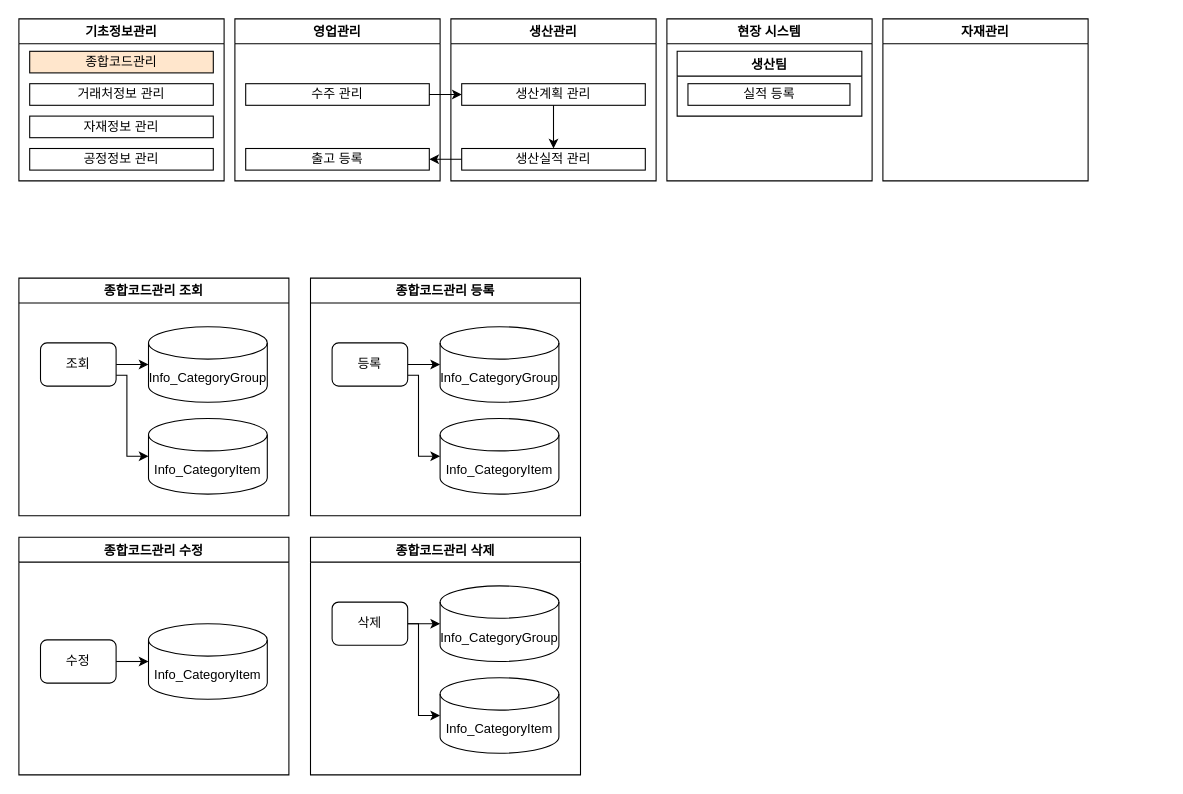
Above: page "종합코드관리" (1 of 9) of 00. 설계/모듈 설계.drawio in QYnote/MES (draw.io), before the change. Source tidied: cells renumbered, new cells numbered last; positions are measured from the earlier drawing's top-left corner, leaving out a move shared by most shapes. Both pictures are drawn from the tidied source at 108%, with x=0, y=0 at pixel (18, 18).
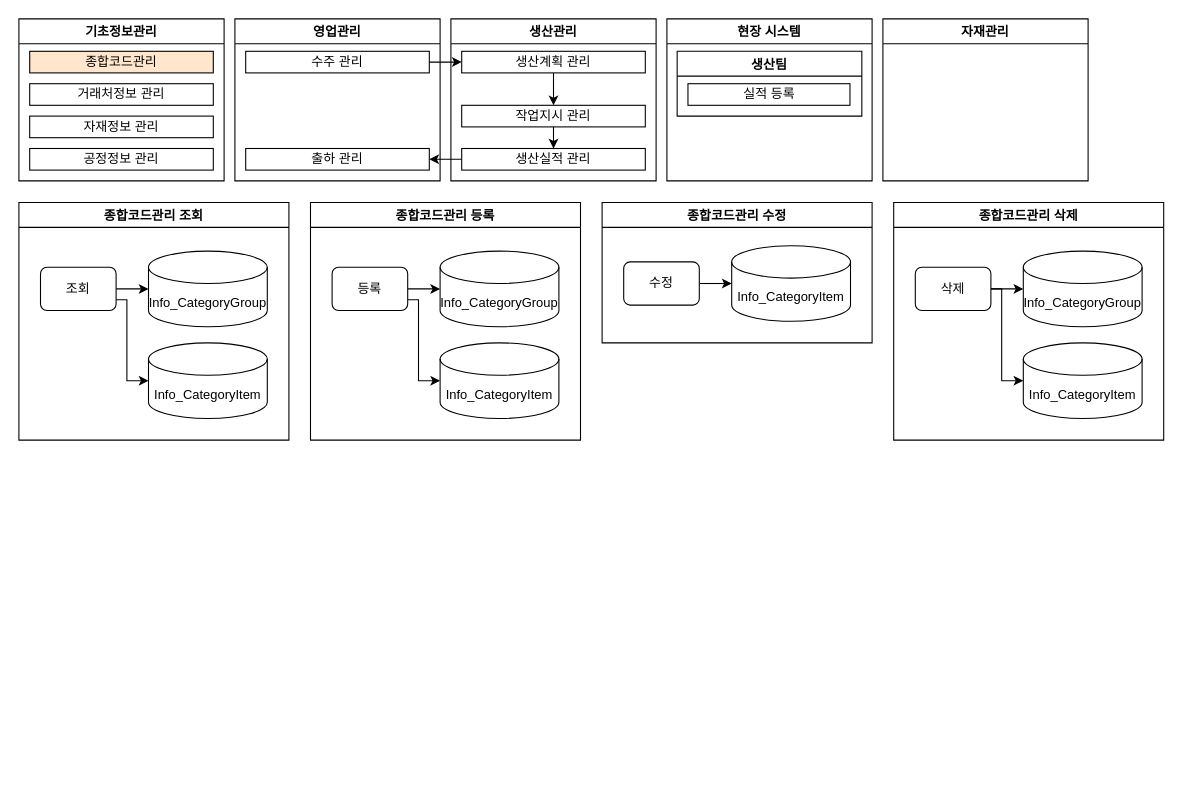
The same page after the edit.

The change refers to these unchanged cells:
```xml
<mxCell id="2" value="영업관리" style="swimlane;" parent="1" vertex="1">
  <mxGeometry x="200" width="190" height="150" as="geometry" />
</mxCell>
<mxCell id="5" value="생산관리" style="swimlane;" parent="1" vertex="1">
  <mxGeometry x="400" width="190" height="150" as="geometry" />
</mxCell>
<mxCell id="7" value="생산실적 관리" style="rounded=0;whiteSpace=wrap;html=1;fillColor=#FFFFFF;" parent="5" vertex="1">
  <mxGeometry x="10" y="120" width="170" height="20" as="geometry" />
</mxCell>
```

The edit, as a diff of the source:
```diff
@@
     <mxCell id="3" value="수주 관리" style="rounded=0;whiteSpace=wrap;html=1;fillColor=#FFFFFF;" parent="2" vertex="1">
-      <mxGeometry x="10" y="60" width="170" height="20" as="geometry" />
+      <mxGeometry x="10" y="30" width="170" height="20" as="geometry" />
     </mxCell>
-    <mxCell id="4" value="출고 등록" style="rounded=0;whiteSpace=wrap;html=1;" parent="2" vertex="1">
+    <mxCell id="4" value="출하 관리" style="rounded=0;whiteSpace=wrap;html=1;" parent="2" vertex="1">
       <mxGeometry x="10" y="120" width="170" height="20" as="geometry" />
     </mxCell>
@@
     <mxCell id="6" value="생산계획 관리" style="rounded=0;whiteSpace=wrap;html=1;fillColor=#FFFFFF;" parent="5" vertex="1">
-      <mxGeometry x="10" y="60" width="170" height="20" as="geometry" />
+      <mxGeometry x="10" y="30" width="170" height="20" as="geometry" />
     </mxCell>
@@
-    <mxCell id="8" style="edgeStyle=orthogonalEdgeStyle;rounded=0;jettySize=auto;html=1;" parent="5" edge="1" source="6" target="7">
+    <mxCell id="8" style="edgeStyle=orthogonalEdgeStyle;rounded=0;jettySize=auto;html=1;" parent="5" edge="1" source="6" target="43">
       <mxGeometry relative="1" as="geometry" />
     </mxCell>
+    <mxCell id="42" style="edgeStyle=orthogonalEdgeStyle;rounded=0;jettySize=auto;html=1;" parent="5" edge="1" source="43" target="7">
+      <mxGeometry relative="1" as="geometry" />
+    </mxCell>
+    <mxCell id="43" value="작업지시 관리" style="rounded=0;whiteSpace=wrap;html=1;fillColor=#FFFFFF;" parent="5" vertex="1">
+      <mxGeometry x="10" y="80" width="170" height="20" as="geometry" />
+    </mxCell>
@@
     <mxCell id="14" value="종합코드관리 조회" style="swimlane;fillColor=#FFFFFF;" parent="1" vertex="1">
-      <mxGeometry y="240" width="250" height="220" as="geometry" />
+      <mxGeometry y="170" width="250" height="220" as="geometry" />
     </mxCell>
@@
     <mxCell id="20" value="종합코드관리 등록" style="swimlane;fillColor=#FFFFFF;" parent="1" vertex="1">
-      <mxGeometry x="270" y="240" width="250" height="220" as="geometry" />
+      <mxGeometry x="270" y="170" width="250" height="220" as="geometry" />
     </mxCell>
@@
     <mxCell id="26" value="종합코드관리 수정" style="swimlane;fillColor=#FFFFFF;" parent="1" vertex="1">
-      <mxGeometry y="480" width="250" height="220" as="geometry" />
+      <mxGeometry x="540" y="170" width="250" height="130" as="geometry" />
     </mxCell>
     <mxCell id="27" value="Info_CategoryItem" style="shape=cylinder3;whiteSpace=wrap;html=1;boundedLbl=1;backgroundOutline=1;size=15;fillColor=#ffffff;" parent="26" vertex="1">
-      <mxGeometry x="120" y="80" width="110" height="70" as="geometry" />
+      <mxGeometry x="120" y="40" width="110" height="70" as="geometry" />
     </mxCell>
     <mxCell id="28" style="edgeStyle=orthogonalEdgeStyle;rounded=0;jettySize=auto;html=1;strokeColor=#000000;entryX=0;entryY=0.5;entryDx=0;entryDy=0;entryPerimeter=0;" parent="26" edge="1" source="29" target="27">
       <mxGeometry relative="1" as="geometry">
         <Array as="points">
-          <mxPoint x="120" y="115" />
-          <mxPoint x="120" y="115" />
+          <mxPoint x="120" y="75" />
+          <mxPoint x="120" y="75" />
         </Array>
       </mxGeometry>
     </mxCell>
     <mxCell id="29" value="수정" style="rounded=1;whiteSpace=wrap;html=1;fillColor=#ffffff;" parent="26" vertex="1">
-      <mxGeometry x="20" y="95" width="70" height="40" as="geometry" />
+      <mxGeometry x="20" y="55" width="70" height="40" as="geometry" />
     </mxCell>
     <mxCell id="30" value="종합코드관리 삭제" style="swimlane;fillColor=#FFFFFF;" parent="1" vertex="1">
-      <mxGeometry x="270" y="480" width="250" height="220" as="geometry" />
+      <mxGeometry x="810" y="170" width="250" height="220" as="geometry" />
     </mxCell>
```
